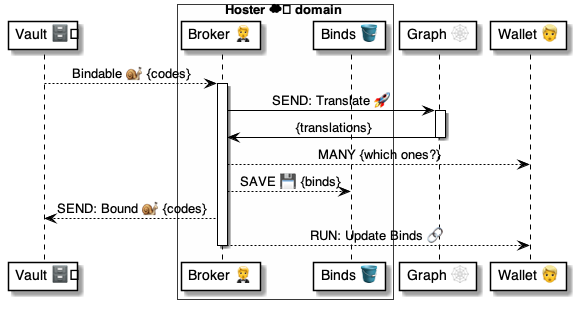
This is 4 ⚙️ Solution/20 🧑‍🦰 UI/Brokers 🤵/🤵🅰️ Broker methods/Binds 🔗 Bindable 🗄️🐌🤵/🤵 Bindable ⚙️ uml.png from pollyweb-org/pollyweb-docs, a PlantUML export, as it was before one commit. Its source is kept beside it as 4 ⚙️ Solution/20 🧑‍🦰 UI/Brokers 🤵/🤵🅰️ Broker methods/Binds 🔗 Bindable 🗄️🐌🤵/🤵 Bindable ⚙️ uml.puml.
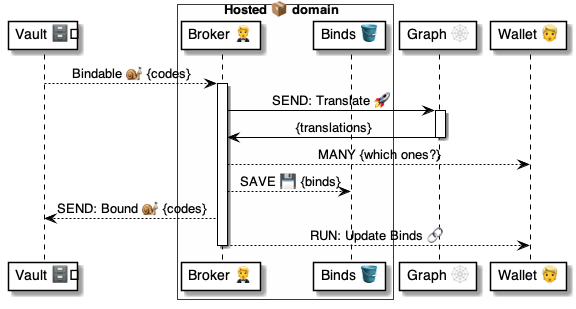
After the change.

The edit, as a diff of the source:
```diff
@@ -3,7 +3,7 @@
 
 participant "Vault 🗄️" as vault
 
-box Hoster ☁️ domain #FFFFFA
+box Hosted 📦 domain  #FFFFFA
     participant "Broker 🤵" as broker
     participant "Binds 🪣" as itemizer
 end box
```
